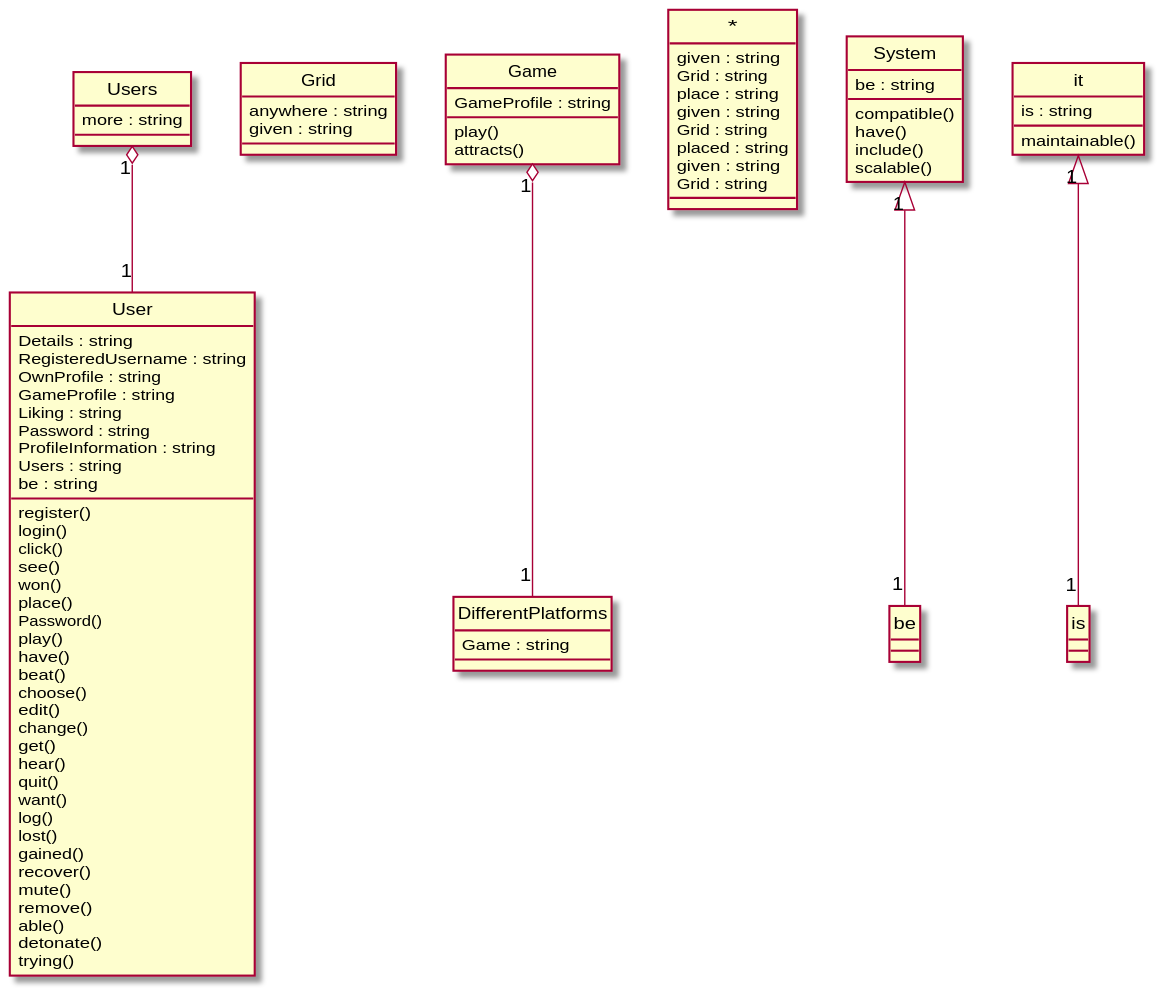
The PlantUML diagram Diagrams/2016-USC-Project06.svg in xixixhalu/DomainModelExtractor, before a commit. The source it was exported from:
```plantuml
@startuml
hide circle
class User {
	Details : string
	RegisteredUsername : string
	OwnProfile : string
	GameProfile : string
	Liking : string
	Password : string
	ProfileInformation : string
	Users : string
	be : string
	register()
	login()
	click()
	see()
	won()
	place()
	Password()
	play()
	have()
	beat()
	choose()
	edit()
	change()
	get()
	hear()
	quit()
	want()
	log()
	lost()
	gained()
	recover()
	mute()
	remove()
	able()
	detonate()
	trying()
}
class Grid {
	anywhere : string
	given : string
}
class Users {
	more : string
}
class DifferentPlatforms {
	Game : string
}
class * {
	given : string
	Grid : string
	place : string
	given : string
	Grid : string
	placed : string
	given : string
	Grid : string
}
class Game {
	GameProfile : string
	play()
	attracts()
}
class System {
	be : string
	compatible()
	have()
	include()
	scalable()
}
class it {
	is : string
	maintainable()
}
System "1" <|-- "1" be
it "1" <|-- "1" is
Game "1" o-- "1" DifferentPlatforms
Users "1" o-- "1" User
@enduml
```
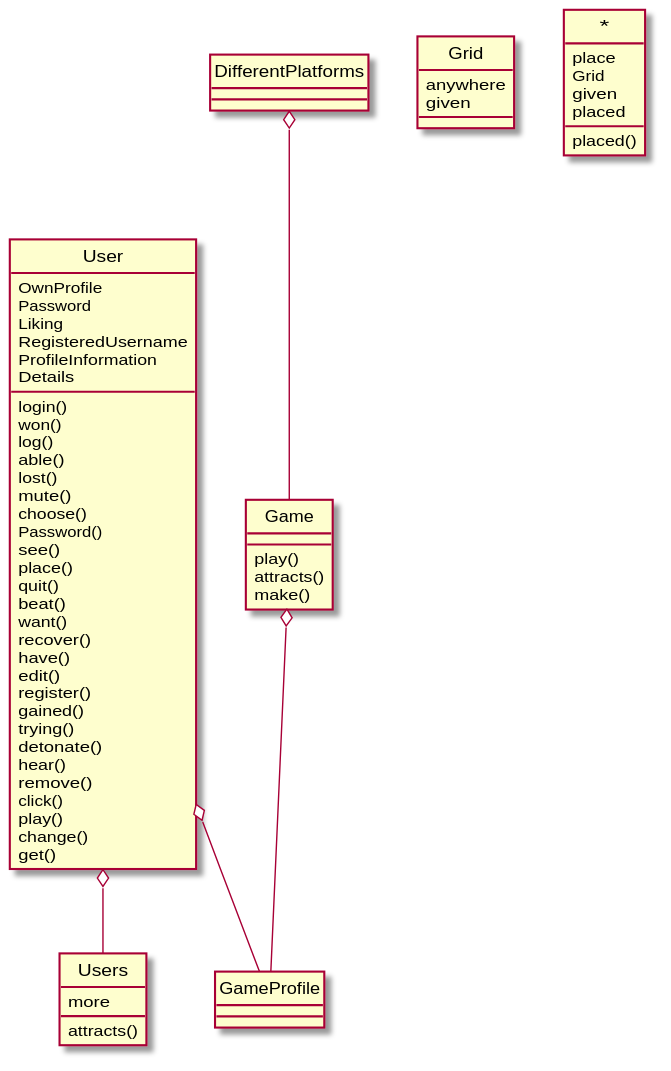
After the change.

The edit, as a diff of the source:
```diff
@@ -1,80 +1,63 @@
 @startuml
 hide circle
 class User {
-	Details : string
-	RegisteredUsername : string
-	OwnProfile : string
-	GameProfile : string
-	Liking : string
-	Password : string
-	ProfileInformation : string
-	Users : string
-	be : string
+	OwnProfile
+	Password
+	Liking
+	RegisteredUsername
+	ProfileInformation
+	Details
+	login()
+	won()
+	log()
+	able()
+	lost()
+	mute()
+	choose()
+	Password()
+	see()
+	place()
+	quit()
+	beat()
+	want()
+	recover()
+	have()
+	edit()
 	register()
-	login()
+	gained()
+	trying()
+	detonate()
+	hear()
+	remove()
 	click()
-	see()
-	won()
-	place()
-	Password()
 	play()
-	have()
-	beat()
-	choose()
-	edit()
 	change()
 	get()
-	hear()
-	quit()
-	want()
-	log()
-	lost()
-	gained()
-	recover()
-	mute()
-	remove()
-	able()
-	detonate()
-	trying()
 }
 class Grid {
-	anywhere : string
-	given : string
+	anywhere
+	given
 }
 class Users {
-	more : string
+	more
+	attracts()
 }
 class DifferentPlatforms {
-	Game : string
 }
 class * {
-	given : string
-	Grid : string
-	place : string
-	given : string
-	Grid : string
-	placed : string
-	given : string
-	Grid : string
+	place
+	Grid
+	given
+	placed
+	placed()
 }
 class Game {
-	GameProfile : string
 	play()
 	attracts()
+	make()
 }
-class System {
-	be : string
-	compatible()
-	have()
-	include()
-	scalable()
-}
-class it {
-	is : string
-	maintainable()
-}
-System "1" <|-- "1" be
-it "1" <|-- "1" is
-Game "1" o-- "1" DifferentPlatforms
-Users "1" o-- "1" User
+User o-- GameProfile
+DifferentPlatforms o-- Game
+Game o-- GameProfile
+User o-- Users
 @enduml
```
